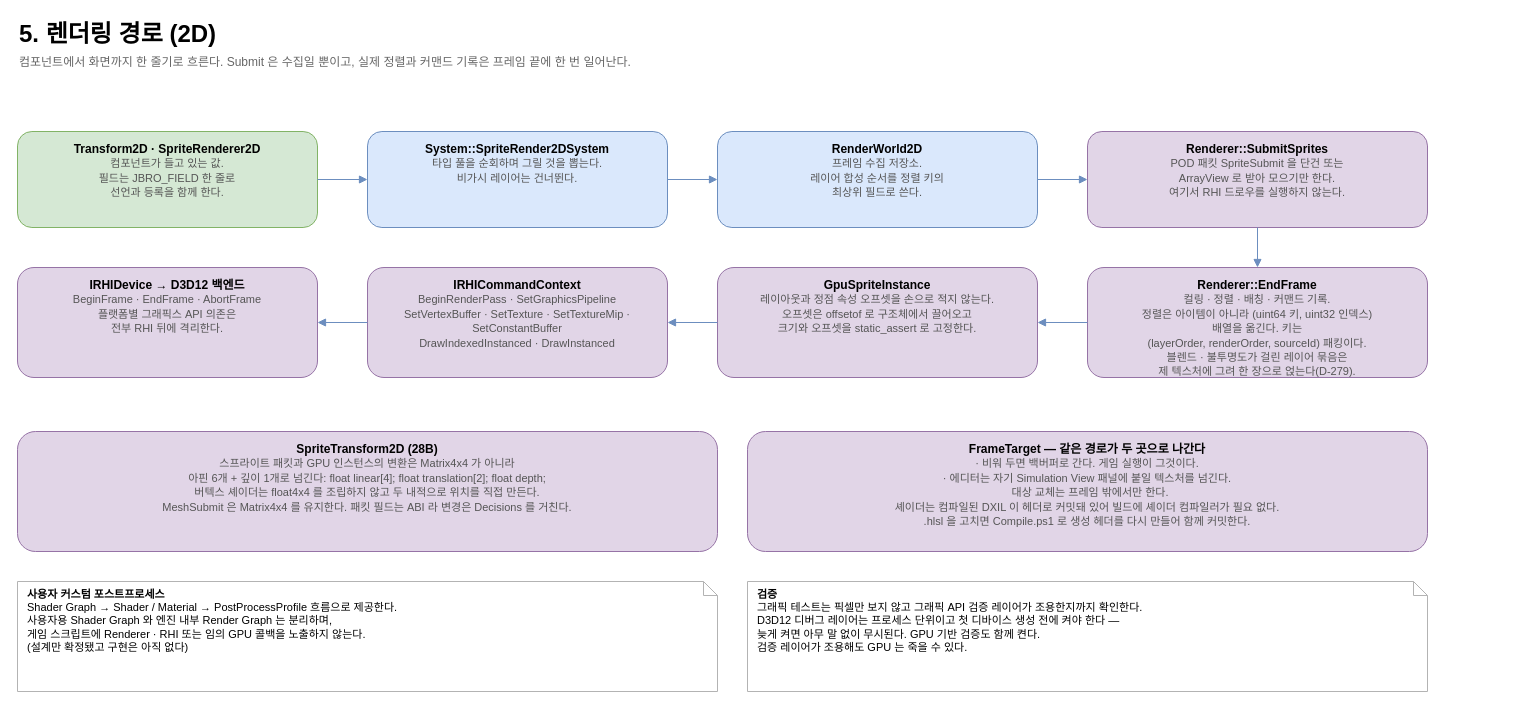
The draw.io diagram page "5. 렌더링 경로 (2D)" (5 of 6) of docs/JBroEngine.drawio.xml in taku7664/JBroEngine, before the edit. Source tidied: cells renumbered, new cells numbered last; positions are measured from the earlier drawing's top-left corner, leaving out a move shared by most shapes. Both pictures are drawn from the tidied source at 100%, with x=0, y=0 at pixel (17, 17).
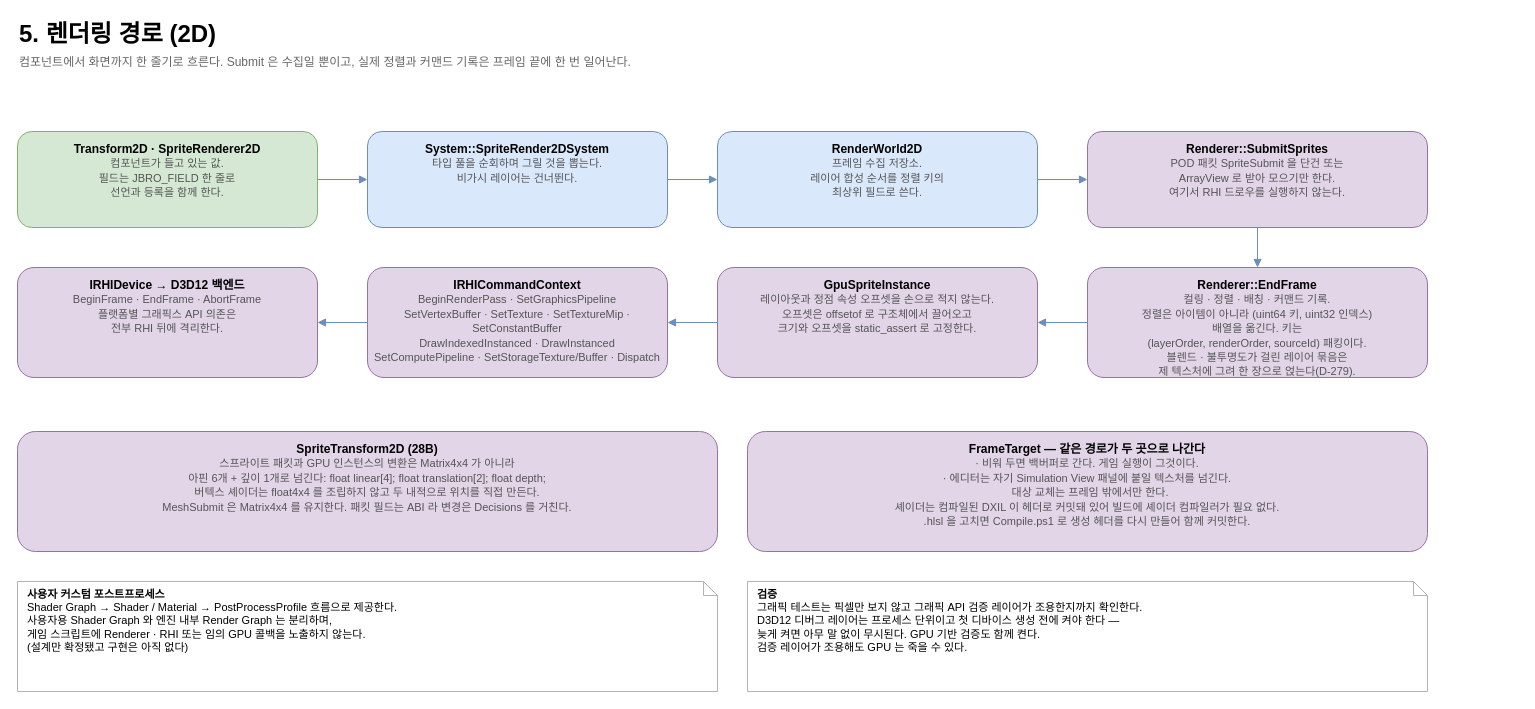
The same page after the edit.

The edit, as a diff of the source:
```diff
@@
-    <mxCell id="10" value="&lt;b&gt;IRHICommandContext&lt;/b&gt;&lt;br&gt;&lt;font color=&quot;#555555&quot; style=&quot;font-size:11px&quot;&gt;BeginRenderPass · SetGraphicsPipeline&lt;br&gt;SetVertexBuffer · SetTexture · SetTextureMip · SetConstantBuffer&lt;br&gt;DrawIndexedInstanced · DrawInstanced&lt;/font&gt;" style="rounded=1;whiteSpace=wrap;html=1;fontSize=12;verticalAlign=top;spacingTop=4;fillColor=#e1d5e7;strokeColor=#9673a6;" parent="1" vertex="1">
+    <mxCell id="10" value="&lt;b&gt;IRHICommandContext&lt;/b&gt;&lt;br&gt;&lt;font color=&quot;#555555&quot; style=&quot;font-size:11px&quot;&gt;BeginRenderPass · SetGraphicsPipeline&lt;br&gt;SetVertexBuffer · SetTexture · SetTextureMip · SetConstantBuffer&lt;br&gt;DrawIndexedInstanced · DrawInstanced&lt;br&gt;SetComputePipeline · SetStorageTexture/Buffer · Dispatch&lt;/font&gt;" style="rounded=1;whiteSpace=wrap;html=1;fontSize=12;verticalAlign=top;spacingTop=4;fillColor=#e1d5e7;strokeColor=#9673a6;" parent="1" vertex="1">
       <mxGeometry x="350" y="250" width="300" height="110" as="geometry" />
     </mxCell>
```
